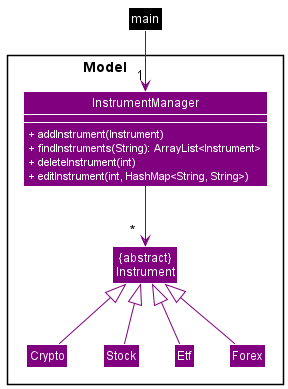
Before: docs/images/ModelDiagram.png, a diagram exported from PlantUML (williamlamjy/mTracker).
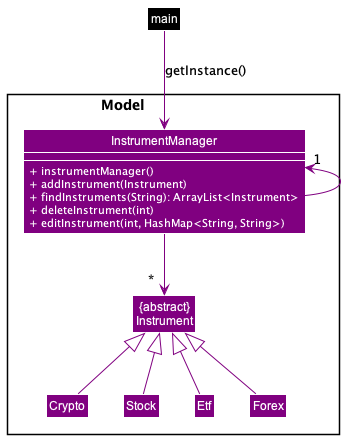
Later version of the same file.

The edit, as a diff of the source:
```diff
@@ -4,6 +4,7 @@
 Package "Model                    "  <<Rectangle>>{
      Class "{abstract}\nInstrument" as Instrument COLOR_MODEL
      Class InstrumentManager COLOR_MODEL {
+        <color:WHITE>+ instrumentManager()</color>
         <color:WHITE>+ addInstrument(Instrument)</color>
         <color:WHITE>+ findInstruments(String): ArrayList<Instrument></color>
         <color:WHITE>+ deleteInstrument(int)</color>
@@ -18,7 +19,8 @@
 show InstrumentManager members
 
 Class main COLOR_MAIN
-main -down[COLOR_MODEL]->"1" InstrumentManager
+main -down[COLOR_MODEL]-> InstrumentManager: getInstance()
+InstrumentManager -up[COLOR_MODEL]-> "1"InstrumentManager
 Crypto -up[COLOR_MODEL]-|>Instrument
 Stock -up[COLOR_MODEL]-|>Instrument
 Etf -up[COLOR_MODEL]-|>Instrument
```
